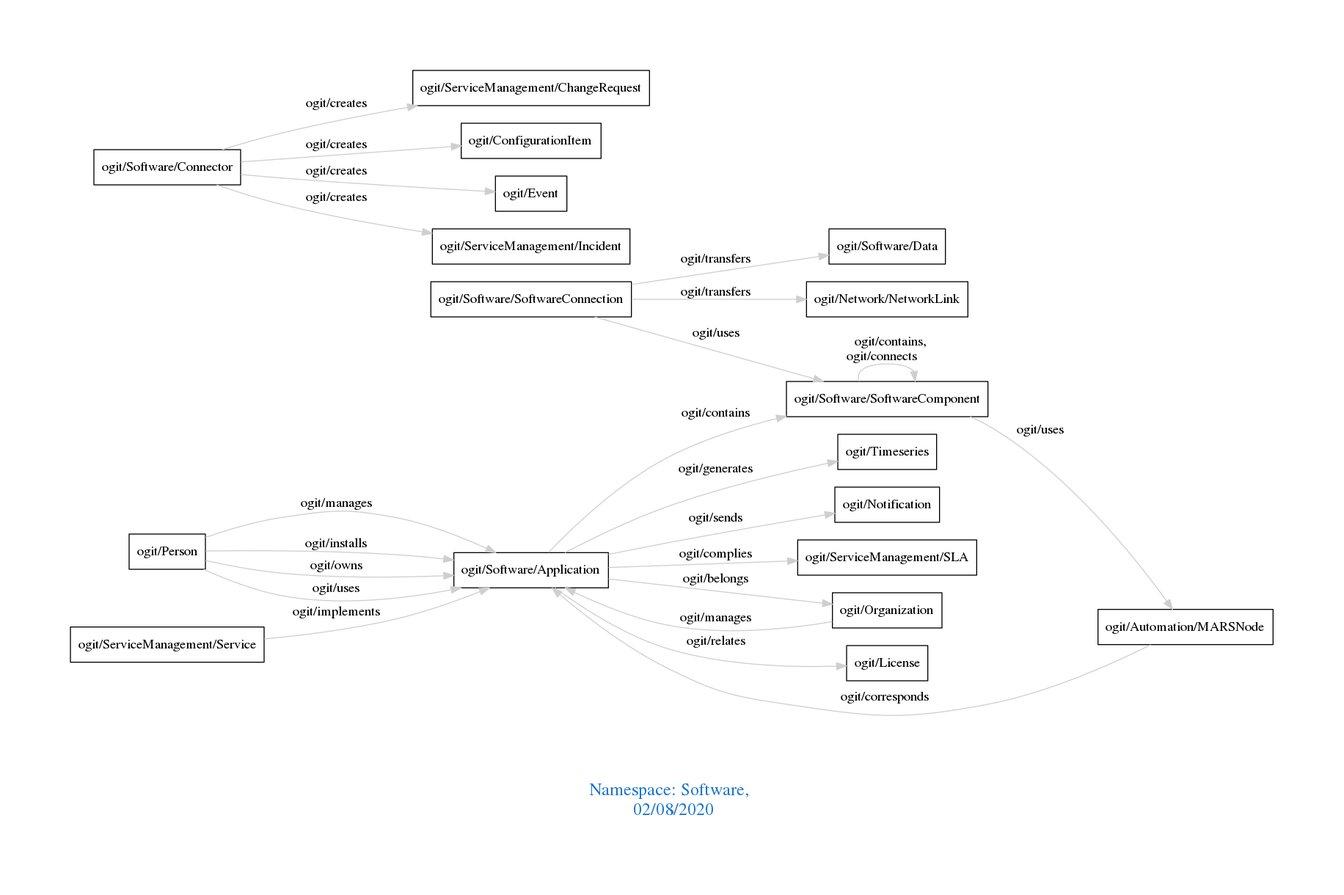
The Graphviz diagram downloads/Software.png in arago/OGIT, before a commit. Its source is kept beside it as downloads/Software.dot.
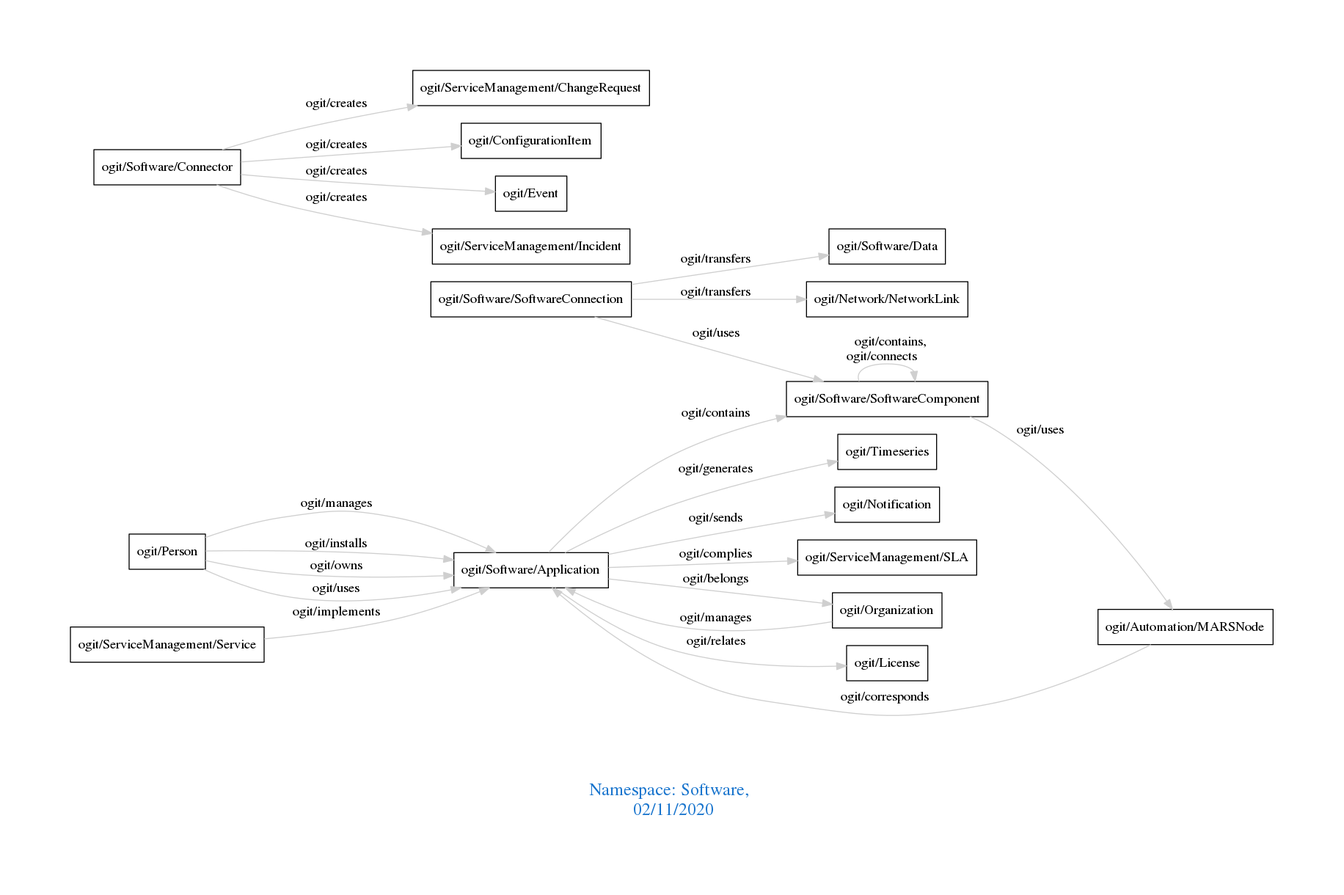
After the change.

Diff of the diagram source:
```diff
@@ -1,7 +1,7 @@
 digraph OGIT_ontology {
  graph [ rankdir= LR,pad=1
 fontsize = 18,
-fontcolor= dodgerblue3,label = "\n\n\nNamespace: Software, \n 02/08/2020"];
+fontcolor= dodgerblue3,label = "\n\n\nNamespace: Software, \n 02/11/2020"];
 node[shape=polygon];
 edge [  color="gray81"];
 
```
